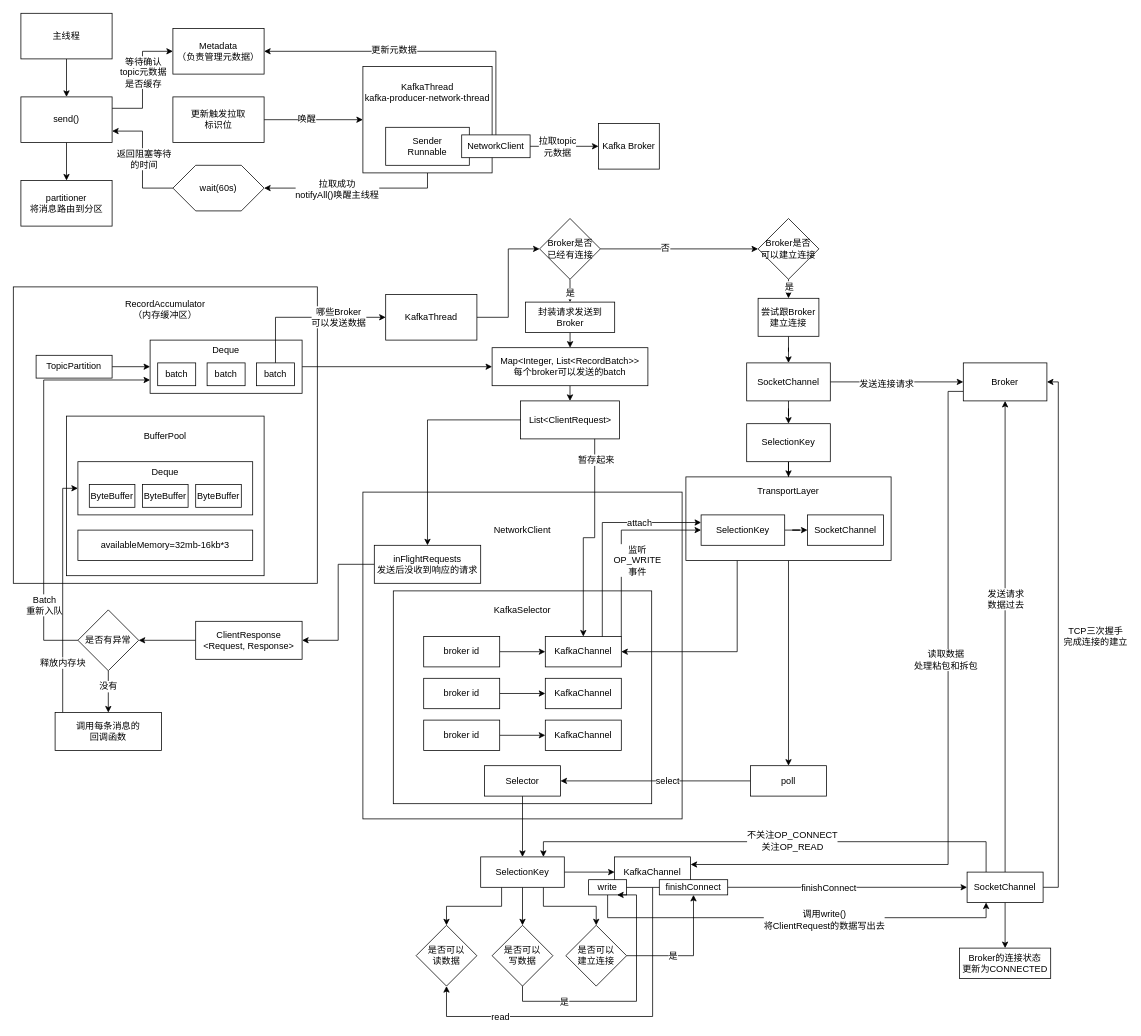
This is Kafka/02_KafkaProducer源码分析.drawio from chenshuai1995/a-imgs, a draw.io file, before an edit. Source tidied: cells renumbered, new cells numbered last; positions are measured from the earlier drawing's top-left corner, leaving out a move shared by most shapes. Both pictures are drawn from the tidied source at 76%, with x=0, y=0 at pixel (13, 13).
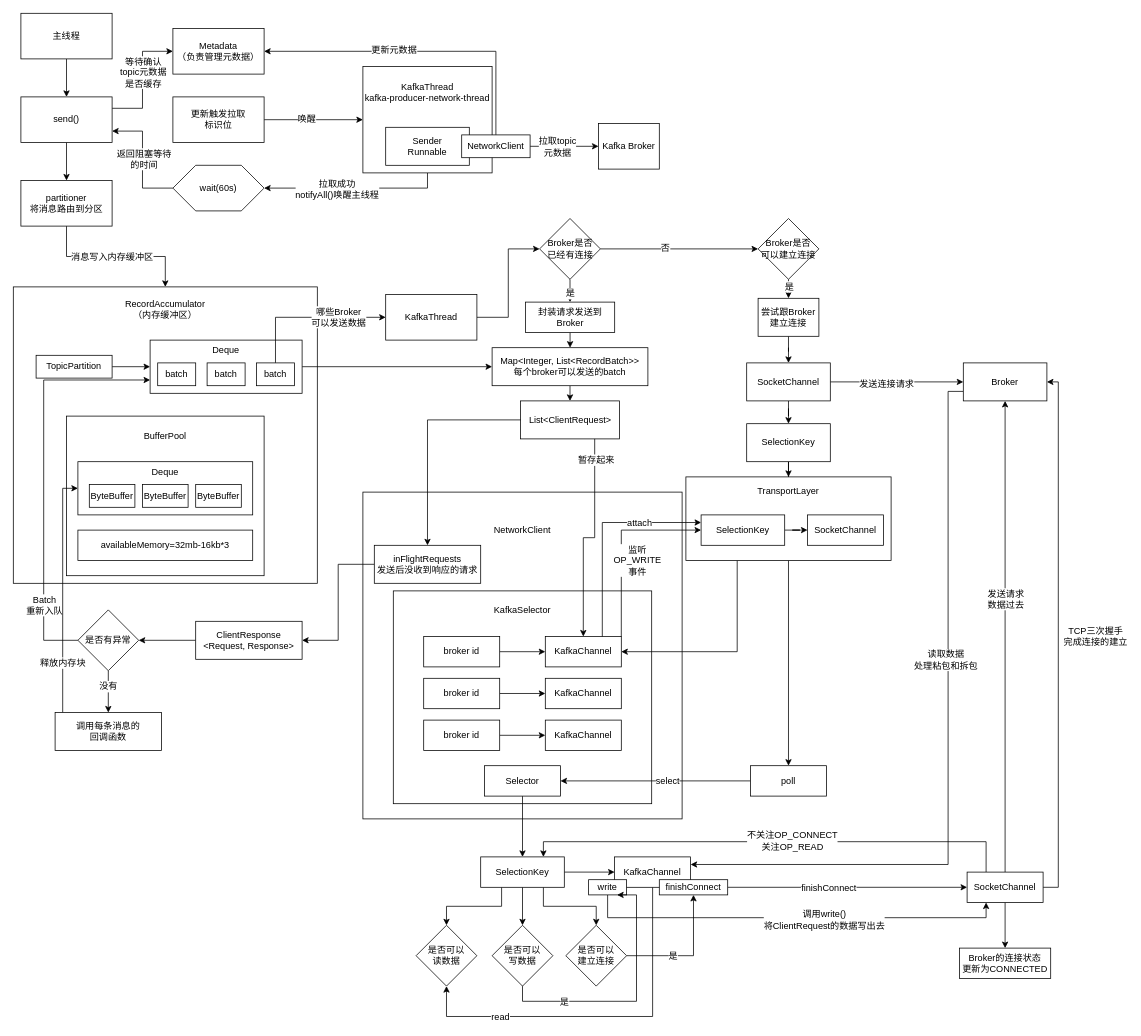
The same page after the edit.

Commit message (it also covers changes not shown here):
更新02_KafkaProducer源码分析.drawio

Unchanged cells that the change refers to:
```xml
<mxCell id="8" value="partitioner&lt;br&gt;将消息路由到分区" style="rounded=0;whiteSpace=wrap;html=1;" parent="1" vertex="1">
  <mxGeometry x="10" y="220" width="120" height="60" as="geometry" />
</mxCell>
<mxCell id="26" value="RecordAccumulator&lt;br&gt;（内存缓冲区）&lt;br&gt;&lt;br&gt;&lt;br&gt;&lt;br&gt;&lt;br&gt;&lt;br&gt;&lt;br&gt;&lt;br&gt;&lt;br&gt;&lt;br&gt;&lt;br&gt;&lt;br&gt;&lt;br&gt;&lt;br&gt;&lt;br&gt;&lt;br&gt;&lt;br&gt;&lt;br&gt;&lt;br&gt;&lt;br&gt;&lt;br&gt;&lt;br&gt;&lt;br&gt;&lt;br&gt;" style="rounded=0;whiteSpace=wrap;html=1;" parent="1" vertex="1">
  <mxGeometry y="360" width="400" height="390" as="geometry" />
</mxCell>
```

Change to the diagram source:
```diff
@@
+    <mxCell id="139" style="edgeStyle=orthogonalEdgeStyle;rounded=0;jettySize=auto;html=1;entryX=0.5;entryY=0;entryDx=0;entryDy=0;" parent="1" edge="1" source="8" target="26">
+      <mxGeometry relative="1" as="geometry" />
+    </mxCell>
+    <mxCell id="140" value="消息写入内存缓冲区" style="text;html=1;align=center;verticalAlign=middle;labelBackgroundColor=#ffffff;" parent="139" vertex="1">
+      <mxGeometry x="-0.31" relative="1" as="geometry">
+        <mxPoint x="27.1" as="offset" />
+      </mxGeometry>
+    </mxCell>
```
